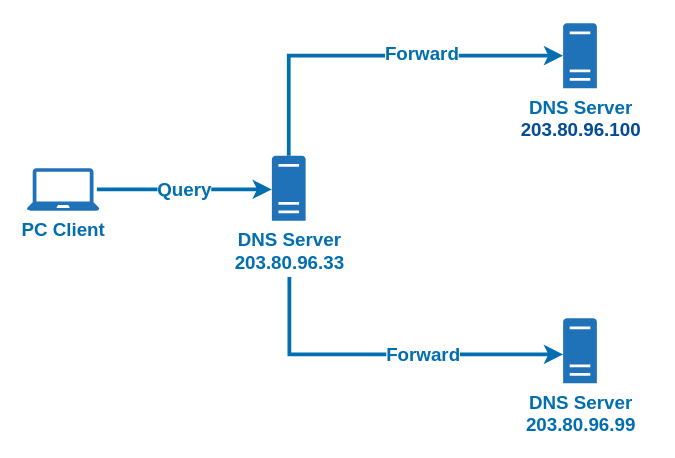
Before: Network.drawio in diskya/drive, a draw.io diagram. Source tidied: cells renumbered, new cells numbered last; positions are measured from the earlier drawing's top-left corner, leaving out a move shared by most shapes. Both pictures are drawn from the tidied source at 125%, with x=0, y=0 at pixel (26, 22).
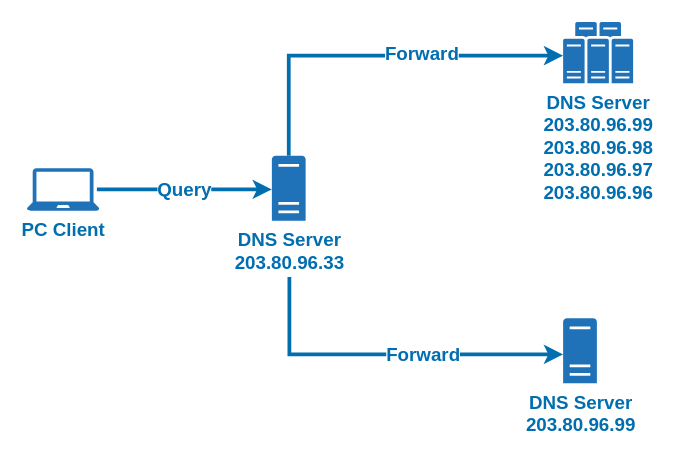
The same page after the edit.

The edit, as a diff of the source:
```diff
@@
 <mxGraphModel background="#FFFFFF">
   <root>
     <mxCell id="0" />
     <mxCell id="1" parent="0" />
     <mxCell id="2" value="&lt;b&gt;&lt;font style=&quot;font-size: 15px&quot; color=&quot;#006eaf&quot;&gt;Query&lt;/font&gt;&lt;/b&gt;" style="edgeStyle=orthogonalEdgeStyle;rounded=0;orthogonalLoop=1;jettySize=auto;html=1;fillColor=#1ba1e2;strokeWidth=3;strokeColor=#006EAF;" parent="1" edge="1">
       <mxGeometry relative="1" as="geometry">
         <mxPoint x="56" y="133" as="sourcePoint" />
         <mxPoint x="196" y="133" as="targetPoint" />
       </mxGeometry>
     </mxCell>
     <mxCell id="3" value="&lt;font style=&quot;font-size: 15px&quot; color=&quot;#006eaf&quot;&gt;&lt;b&gt;PC Client&lt;/b&gt;&lt;/font&gt;" style="shadow=0;dashed=0;html=1;strokeColor=none;labelPosition=center;verticalLabelPosition=bottom;verticalAlign=top;align=center;shape=mxgraph.office.devices.laptop;fillColor=#2072B8;" parent="1" vertex="1">
       <mxGeometry y="116" width="58" height="34" as="geometry" />
     </mxCell>
-    <mxCell id="4" value="&lt;b style=&quot;font-size: 15px&quot;&gt;&lt;font&gt;DNS Server&lt;br&gt;&lt;font color=&quot;#004c99&quot;&gt;203.80.96.100&lt;/font&gt;&lt;/font&gt;&lt;/b&gt;" style="shadow=0;dashed=0;html=1;strokeColor=none;labelPosition=center;verticalLabelPosition=bottom;verticalAlign=top;outlineConnect=0;align=center;shape=mxgraph.office.servers.physical_host;fillColor=#2072B8;fontColor=#006EAF;" parent="1" vertex="1">
-      <mxGeometry x="429" width="27" height="52" as="geometry" />
-    </mxCell>
-    <mxCell id="5" style="edgeStyle=orthogonalEdgeStyle;rounded=0;jettySize=auto;html=1;fontSize=15;fontColor=#006EAF;strokeColor=#006EAF;strokeWidth=3;fillColor=#0050ef;" parent="1" edge="1" source="8" target="4">
+    <mxCell id="5" style="edgeStyle=orthogonalEdgeStyle;rounded=0;jettySize=auto;html=1;fontSize=15;fontColor=#006EAF;strokeColor=#006EAF;strokeWidth=3;fillColor=#0050ef;" parent="1" edge="1" source="8">
       <mxGeometry relative="1" as="geometry">
+        <mxPoint x="429" y="26" as="targetPoint" />
         <Array as="points">
           <mxPoint x="210" y="26" />
         </Array>
       </mxGeometry>
     </mxCell>
     <mxCell id="6" value="&lt;b style=&quot;font-size: 15px;&quot;&gt;Forward&lt;/b&gt;" style="edgeLabel;html=1;align=center;verticalAlign=middle;fontSize=15;fontColor=#006EAF;" parent="5" vertex="1">
       <mxGeometry x="-0.05" y="3" relative="1" as="geometry">
         <mxPoint x="44" as="offset" />
       </mxGeometry>
     </mxCell>
     <mxCell id="7" value="&lt;b&gt;Forward&lt;/b&gt;" style="edgeStyle=orthogonalEdgeStyle;rounded=0;jumpSize=6;jettySize=auto;html=1;fontSize=15;fontColor=#006EAF;strokeColor=#006EAF;strokeWidth=3;fillColor=#0050ef;verticalAlign=middle;align=center;" parent="1" edge="1" target="9">
       <mxGeometry x="0.2" relative="1" as="geometry">
         <mxPoint x="210" y="203" as="sourcePoint" />
         <Array as="points">
           <mxPoint x="210" y="265" />
         </Array>
       </mxGeometry>
     </mxCell>
     <mxCell id="8" value="&lt;b style=&quot;font-size: 15px&quot;&gt;&lt;font&gt;DNS Server&lt;br&gt;203.80.96.33&lt;/font&gt;&lt;/b&gt;" style="shadow=0;dashed=0;html=1;strokeColor=none;labelPosition=center;verticalLabelPosition=bottom;verticalAlign=top;outlineConnect=0;align=center;shape=mxgraph.office.servers.physical_host;fillColor=#2072B8;fontColor=#006EAF;" parent="1" vertex="1">
       <mxGeometry x="196" y="106" width="27" height="52" as="geometry" />
     </mxCell>
     <mxCell id="9" value="&lt;b style=&quot;font-size: 15px&quot;&gt;&lt;font&gt;DNS Server&lt;br&gt;203.80.96.99&lt;/font&gt;&lt;/b&gt;" style="shadow=0;dashed=0;html=1;strokeColor=none;labelPosition=center;verticalLabelPosition=bottom;verticalAlign=top;outlineConnect=0;align=center;shape=mxgraph.office.servers.physical_host;fillColor=#2072B8;fontColor=#006EAF;" parent="1" vertex="1">
       <mxGeometry x="429" y="236" width="27" height="52" as="geometry" />
     </mxCell>
+    <mxCell id="10" value="&lt;b style=&quot;color: rgb(0 , 110 , 175) ; font-size: 15px&quot;&gt;DNS Server&lt;br&gt;203.80.96.99&lt;br&gt;&lt;/b&gt;&lt;b style=&quot;color: rgb(0 , 110 , 175) ; font-size: 15px&quot;&gt;203.80.96.98&lt;br&gt;&lt;/b&gt;&lt;b style=&quot;color: rgb(0 , 110 , 175) ; font-size: 15px&quot;&gt;203.80.96.97&lt;br&gt;&lt;/b&gt;&lt;b style=&quot;color: rgb(0 , 110 , 175) ; font-size: 15px&quot;&gt;203.80.96.96&lt;/b&gt;&lt;b style=&quot;color: rgb(0 , 110 , 175) ; font-size: 15px&quot;&gt;&lt;br&gt;&lt;/b&gt;" style="sketch=0;shadow=0;dashed=0;html=1;strokeColor=none;labelPosition=center;verticalLabelPosition=bottom;verticalAlign=top;align=center;shape=mxgraph.office.servers.physical_host_farm;fillColor=#2072B8;" parent="1" vertex="1">
+      <mxGeometry x="429" y="-1" width="56" height="49" as="geometry" />
+    </mxCell>
   </root>
 </mxGraphModel>
```
